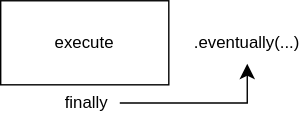
Earlier version of the draw.io export docs/eventually.drawio.svg (FelixCpp/use_in_case). Source tidied: cells renumbered, new cells last; positions are measured from the earlier drawing's top-left corner, leaving out a move shared by most shapes. Its diagram source:
```xml
<mxGraphModel background="#ffffff">
  <root>
    <mxCell id="0" />
    <mxCell id="1" parent="0" />
    <mxCell id="2" value=".eventually(...)" style="text;html=1;strokeColor=none;fillColor=none;align=center;verticalAlign=middle;whiteSpace=wrap;rounded=0;" parent="1" vertex="1">
      <mxGeometry x="136" y="15" width="80" height="30" as="geometry" />
    </mxCell>
    <mxCell id="3" value="finally" style="text;html=1;align=center;verticalAlign=middle;points=[];strokeColor=none;fillColor=none;" parent="1" vertex="1">
      <mxGeometry x="36" y="60" width="49" height="26" as="geometry" />
    </mxCell>
    <mxCell id="4" value="execute" style="rounded=0;whiteSpace=wrap;html=1;fillColor=none;" parent="1" vertex="1">
      <mxGeometry width="120" height="60" as="geometry" />
    </mxCell>
    <mxCell id="5" style="edgeStyle=segmentEdgeStyle;endArrow=classic;html=1;curved=0;rounded=0;endSize=8;startSize=8;entryX=0.5;entryY=1;entryDx=0;entryDy=0;" parent="1" edge="1" source="3" target="2">
      <mxGeometry relative="1" as="geometry" />
    </mxCell>
  </root>
</mxGraphModel>
```
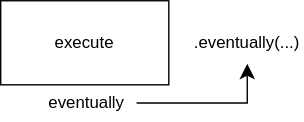
The same file after the commit.

Change to the diagram source:
```diff
@@ -5,8 +5,8 @@
     <mxCell id="2" value=".eventually(...)" style="text;html=1;strokeColor=none;fillColor=none;align=center;verticalAlign=middle;whiteSpace=wrap;rounded=0;" parent="1" vertex="1">
       <mxGeometry x="136" y="15" width="80" height="30" as="geometry" />
     </mxCell>
-    <mxCell id="3" value="finally" style="text;html=1;align=center;verticalAlign=middle;points=[];strokeColor=none;fillColor=none;" parent="1" vertex="1">
-      <mxGeometry x="36" y="60" width="49" height="26" as="geometry" />
+    <mxCell id="3" value="eventually" style="text;html=1;align=center;verticalAlign=middle;points=[];strokeColor=none;fillColor=none;" parent="1" vertex="1">
+      <mxGeometry x="25" y="60" width="72" height="26" as="geometry" />
     </mxCell>
     <mxCell id="4" value="execute" style="rounded=0;whiteSpace=wrap;html=1;fillColor=none;" parent="1" vertex="1">
       <mxGeometry width="120" height="60" as="geometry" />
```
